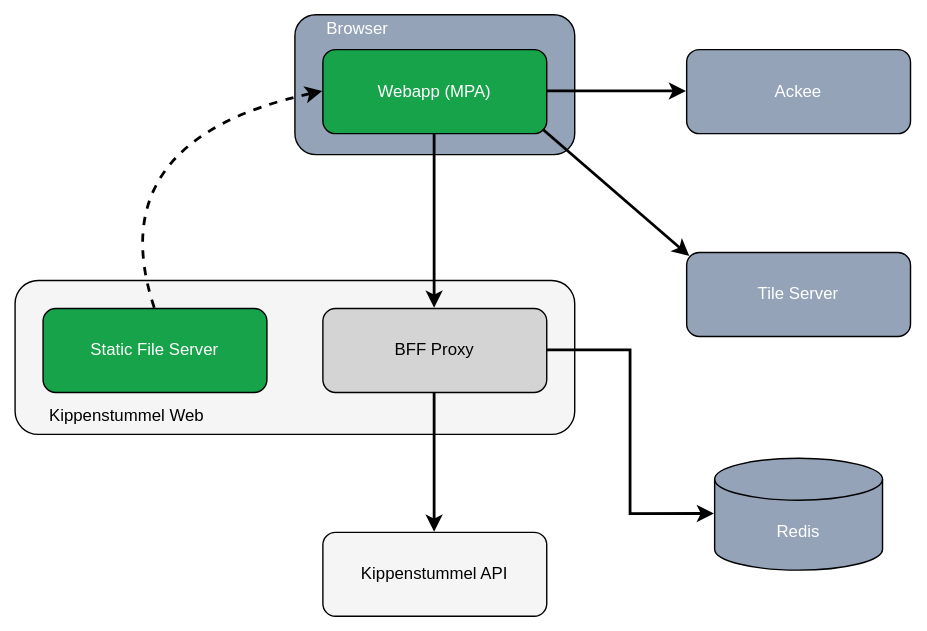
The draw.io diagram docs/images/architecture-overview.svg in MuellerConstantin/kippenstummel-web, before a commit. Source tidied: cells renumbered, new cells last; positions are measured from the earlier drawing's top-left corner, leaving out a move shared by most shapes.
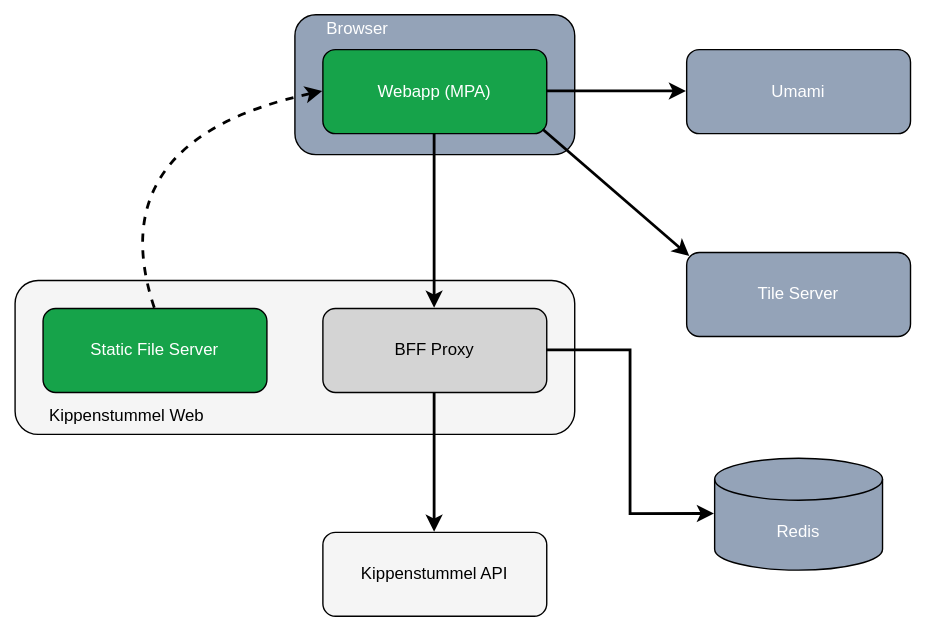
Above is the later version.

Change to the diagram source:
```diff
@@ -45,7 +45,7 @@
     <mxCell id="14" value="Kippenstummel API" style="rounded=1;whiteSpace=wrap;html=1;fillColor=#F5F5F5;" parent="1" vertex="1">
       <mxGeometry x="220" y="370" width="160" height="60" as="geometry" />
     </mxCell>
-    <mxCell id="15" value="&lt;span style=&quot;color: rgb(255, 255, 255);&quot;&gt;Ackee&lt;/span&gt;" style="rounded=1;whiteSpace=wrap;html=1;fillColor=#94A3B8;strokeColor=#000000;" parent="1" vertex="1">
+    <mxCell id="15" value="&lt;span style=&quot;color: rgb(255, 255, 255);&quot;&gt;Umami&lt;/span&gt;" style="rounded=1;whiteSpace=wrap;html=1;fillColor=#94A3B8;strokeColor=#000000;" parent="1" vertex="1">
       <mxGeometry x="480" y="25" width="160" height="60" as="geometry" />
     </mxCell>
     <mxCell id="16" style="endArrow=classic;html=1;rounded=0;entryX=0.015;entryY=0.05;entryDx=0;entryDy=0;exitX=0.985;exitY=0.956;exitDx=0;exitDy=0;exitPerimeter=0;entryPerimeter=0;strokeWidth=2;" parent="1" edge="1" source="9" target="13">
```
